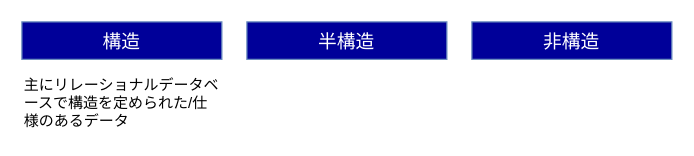
motohalu/HelloGit keeps this draw.io diagram as データ形式.drawio. Above is the earlier version. Source tidied: cells renumbered, new cells numbered last; positions are measured from the earlier drawing's top-left corner, leaving out a move shared by most shapes. Both pictures are drawn from the tidied source at 125%, with x=0, y=0 at pixel (21, 21).
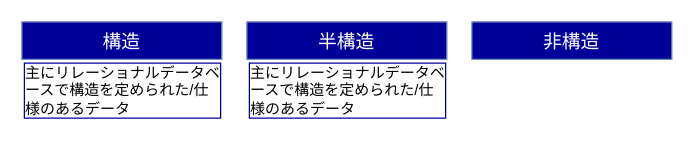
After the change.

Commit message (it also covers changes not shown here):
データ形式.drawio を更新します

Change to the diagram source:
```diff
@@
 <mxGraphModel background="#ffffff">
   <root>
     <mxCell id="0" />
     <mxCell id="1" parent="0" />
     <mxCell id="2" value="&lt;font color=&quot;#ffffff&quot; style=&quot;font-size: 15px;&quot;&gt;&lt;span style=&quot;font-size: 15px;&quot;&gt;構造&lt;/span&gt;&lt;/font&gt;" style="rounded=0;whiteSpace=wrap;html=1;labelBackgroundColor=#000099;fontSize=15;fillColor=#000099;strokeColor=#6c8ebf;" parent="1" vertex="1">
       <mxGeometry width="160" height="30" as="geometry" />
     </mxCell>
     <mxCell id="3" value="&lt;font color=&quot;#ffffff&quot;&gt;&lt;span&gt;半構造&lt;/span&gt;&lt;/font&gt;" style="rounded=0;whiteSpace=wrap;html=1;labelBackgroundColor=#000099;fontSize=15;fillColor=#000099;strokeColor=#6c8ebf;" parent="1" vertex="1">
       <mxGeometry x="180" width="160" height="30" as="geometry" />
     </mxCell>
     <mxCell id="4" value="&lt;font color=&quot;#ffffff&quot;&gt;&lt;span&gt;非構造&lt;/span&gt;&lt;/font&gt;" style="rounded=0;whiteSpace=wrap;html=1;labelBackgroundColor=#000099;fontSize=15;fillColor=#000099;strokeColor=#6c8ebf;" parent="1" vertex="1">
       <mxGeometry x="360" width="160" height="30" as="geometry" />
     </mxCell>
-    <mxCell id="5" value="主にリレーショナルデータベースで構造を定められた/仕様のあるデータ" style="text;html=1;strokeColor=none;fillColor=none;align=left;verticalAlign=middle;whiteSpace=wrap;rounded=0;labelBackgroundColor=none;fontSize=12;fontColor=#000000;" parent="1" vertex="1">
-      <mxGeometry y="40" width="160" height="50" as="geometry" />
+    <mxCell id="5" value="主にリレーショナルデータベースで構造を定められた/仕様のあるデータ" style="text;html=1;strokeColor=none;fillColor=none;align=left;verticalAlign=middle;whiteSpace=wrap;rounded=0;labelBackgroundColor=none;fontSize=12;fontColor=#000000;labelBorderColor=#000099;" parent="1" vertex="1">
+      <mxGeometry y="30" width="160" height="50" as="geometry" />
     </mxCell>
+    <mxCell id="6" value="主にリレーショナルデータベースで構造を定められた/仕様のあるデータ" style="text;html=1;strokeColor=none;fillColor=none;align=left;verticalAlign=middle;whiteSpace=wrap;rounded=0;labelBackgroundColor=none;fontSize=12;fontColor=#000000;labelBorderColor=#000099;" parent="1" vertex="1">
+      <mxGeometry x="180" y="30" width="160" height="50" as="geometry" />
+    </mxCell>
   </root>
 </mxGraphModel>
```
